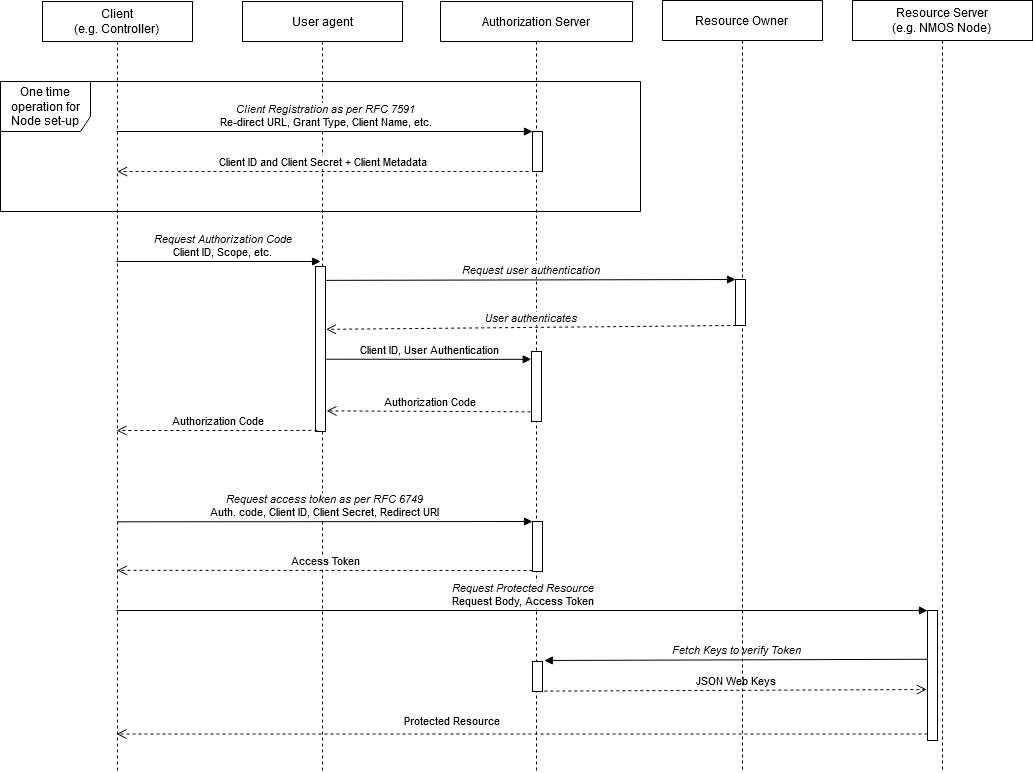
AMWA-TV/is-10 keeps this draw.io diagram as docs/images/authorization_flow.png. Above is the earlier version. Source tidied: cells renumbered, new cells last; positions are measured from the earlier drawing's top-left corner, leaving out a move shared by most shapes.
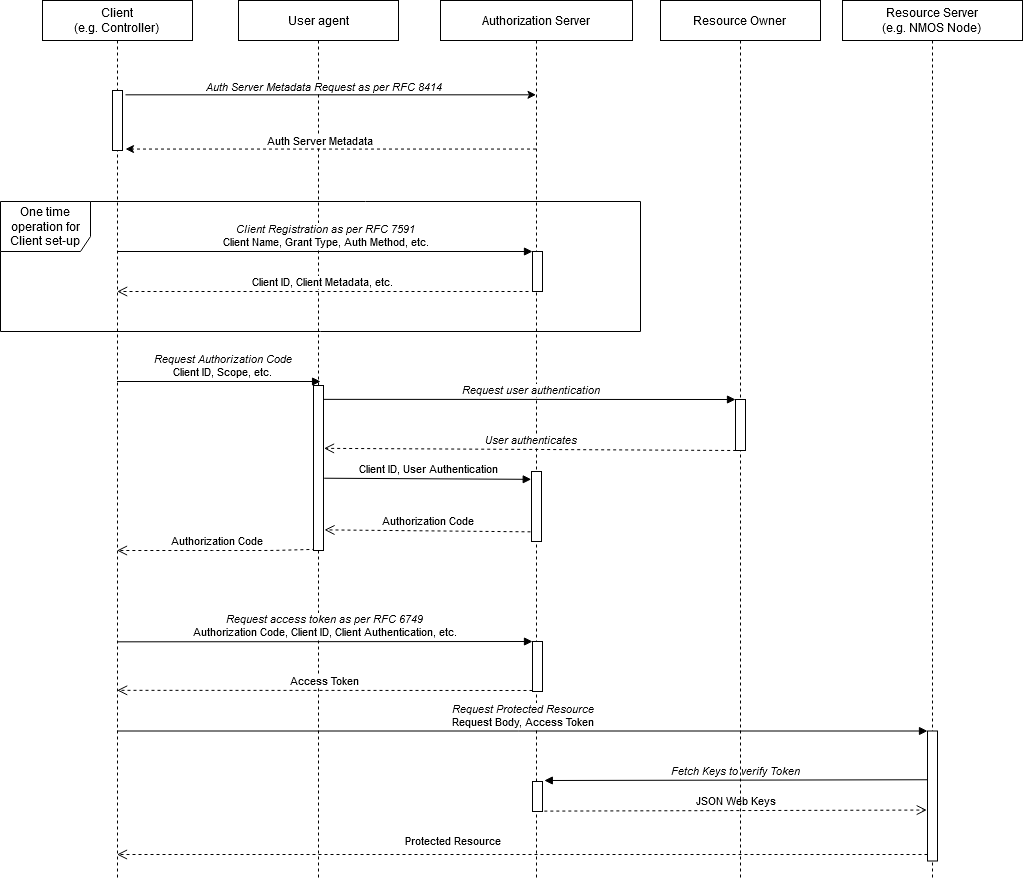
Above is the later version.

Commit message:
update both grant flow digrams to be more generic

The edit, as a diff of the source:
```diff
@@ -2,101 +2,123 @@
   <root>
     <mxCell id="0" />
     <mxCell id="1" parent="0" />
+    <mxCell id="29" value="One time operation for Client set-up" style="shape=umlFrame;whiteSpace=wrap;html=1;width=90;height=50;" parent="1" vertex="1">
+      <mxGeometry x="80" y="881" width="640" height="130" as="geometry" />
+    </mxCell>
     <mxCell id="2" value="&lt;div&gt;Client&lt;/div&gt;&lt;div&gt;(e.g. Controller)&lt;br&gt; &lt;/div&gt;" style="shape=umlLifeline;perimeter=lifelinePerimeter;whiteSpace=wrap;html=1;outlineConnect=0;" parent="1" vertex="1">
-      <mxGeometry x="42" y="1" width="150" height="770" as="geometry" />
+      <mxGeometry x="122" y="680" width="150" height="880" as="geometry" />
     </mxCell>
+    <mxCell id="30" style="html=1;points=[];perimeter=orthogonalPerimeter;" parent="2" vertex="1">
+      <mxGeometry x="70" y="90" width="10" height="60" as="geometry" />
+    </mxCell>
     <mxCell id="3" value="User agent" style="shape=umlLifeline;perimeter=lifelinePerimeter;whiteSpace=wrap;html=1;" parent="1" vertex="1">
-      <mxGeometry x="242" y="1" width="160" height="770" as="geometry" />
+      <mxGeometry x="318" y="680" width="160" height="880" as="geometry" />
     </mxCell>
-    <mxCell id="4" style="html=1;points=[];perimeter=orthogonalPerimeter;" parent="3" vertex="1">
-      <mxGeometry x="73" y="265" width="10" height="165" as="geometry" />
-    </mxCell>
     <mxCell id="5" value="Authorization Server" style="shape=umlLifeline;perimeter=lifelinePerimeter;whiteSpace=wrap;html=1;outlineConnect=0;" parent="1" vertex="1">
-      <mxGeometry x="440" y="1" width="192" height="770" as="geometry" />
+      <mxGeometry x="520" y="680" width="192" height="880" as="geometry" />
     </mxCell>
-    <mxCell id="6" value="One time operation for Node set-up" style="shape=umlFrame;whiteSpace=wrap;html=1;width=90;height=50;" parent="5" vertex="1">
-      <mxGeometry x="-440" y="80" width="640" height="130" as="geometry" />
-    </mxCell>
-    <mxCell id="7" style="html=1;points=[];perimeter=orthogonalPerimeter;" parent="5" vertex="1">
-      <mxGeometry x="92" y="130" width="10" height="40" as="geometry" />
-    </mxCell>
-    <mxCell id="8" style="html=1;points=[];perimeter=orthogonalPerimeter;" parent="5" vertex="1">
-      <mxGeometry x="91" y="350" width="10" height="70" as="geometry" />
-    </mxCell>
-    <mxCell id="9" style="html=1;points=[];perimeter=orthogonalPerimeter;" parent="5" vertex="1">
-      <mxGeometry x="92" y="520" width="10" height="50" as="geometry" />
-    </mxCell>
-    <mxCell id="10" value="&lt;i&gt;Request access token as per RFC 6749&lt;/i&gt;&lt;br&gt;Auth. code, Client ID, Client Secret, Redirect URI" style="html=1;verticalAlign=bottom;endArrow=block;entryX=0;entryY=0;" parent="5" edge="1" target="9">
-      <mxGeometry relative="1" as="geometry">
-        <mxPoint x="-323.3" y="520.3" as="sourcePoint" />
-      </mxGeometry>
-    </mxCell>
-    <mxCell id="11" value="Access Token" style="html=1;verticalAlign=bottom;endArrow=open;dashed=1;endSize=8;exitX=0;exitY=0.95;" parent="5" edge="1">
-      <mxGeometry relative="1" as="geometry">
-        <mxPoint x="92" y="569" as="sourcePoint" />
-        <mxPoint x="-323.3" y="568.8" as="targetPoint" />
-      </mxGeometry>
-    </mxCell>
-    <mxCell id="12" style="html=1;points=[];perimeter=orthogonalPerimeter;" parent="5" vertex="1">
-      <mxGeometry x="92" y="660" width="10" height="30" as="geometry" />
-    </mxCell>
     <mxCell id="13" value="&lt;div&gt;Resource Server&lt;/div&gt;&lt;div&gt;(e.g. NMOS Node)&lt;br&gt;&lt;/div&gt;" style="shape=umlLifeline;perimeter=lifelinePerimeter;whiteSpace=wrap;html=1;" parent="1" vertex="1">
-      <mxGeometry x="852" width="180" height="771" as="geometry" />
+      <mxGeometry x="922" y="680" width="180" height="880" as="geometry" />
     </mxCell>
-    <mxCell id="14" style="html=1;points=[];perimeter=orthogonalPerimeter;" parent="13" vertex="1">
-      <mxGeometry x="75" y="610" width="10" height="130" as="geometry" />
-    </mxCell>
-    <mxCell id="15" value="&lt;i&gt;Client Registration as per RFC 7591&lt;br&gt;&lt;/i&gt;Re-direct URL, Grant Type, Client Name, etc. " style="html=1;verticalAlign=bottom;endArrow=block;entryX=0;entryY=0;" parent="1" edge="1" source="2" target="7">
-      <mxGeometry relative="1" as="geometry" />
-    </mxCell>
-    <mxCell id="16" value="Client ID and Client Secret + Client Metadata" style="html=1;verticalAlign=bottom;endArrow=open;dashed=1;endSize=8;" parent="1" edge="1">
-      <mxGeometry relative="1" as="geometry">
-        <mxPoint x="528" y="171" as="sourcePoint" />
-        <mxPoint x="116.7" y="171" as="targetPoint" />
-      </mxGeometry>
-    </mxCell>
+    <mxCell id="31" value="&lt;i&gt;Client Registration as per RFC 7591&lt;br&gt;&lt;/i&gt;Client Name, Grant Type, Auth Method, etc. " style="html=1;verticalAlign=bottom;endArrow=block;entryX=0;entryY=0;" parent="1" edge="1" source="2" target="34">
+      <mxGeometry relative="1" as="geometry" />
+    </mxCell>
+    <mxCell id="32" value="Client ID, Client Metadata, etc." style="html=1;verticalAlign=bottom;endArrow=open;dashed=1;endSize=8;" parent="1" edge="1">
+      <mxGeometry relative="1" as="geometry">
+        <mxPoint x="608" y="971" as="sourcePoint" />
+        <mxPoint x="196.7" y="971" as="targetPoint" />
+      </mxGeometry>
+    </mxCell>
-    <mxCell id="17" value="Authorization Code" style="html=1;verticalAlign=bottom;endArrow=open;dashed=1;endSize=8;exitX=0.186;exitY=0.993;exitDx=0;exitDy=0;exitPerimeter=0;" parent="1" edge="1" source="4" target="2">
+    <mxCell id="17" value="Authorization Code" style="html=1;verticalAlign=bottom;endArrow=open;dashed=1;endSize=8;exitX=0.186;exitY=0.993;exitDx=0;exitDy=0;exitPerimeter=0;" parent="1" edge="1" source="33" target="2">
       <mxGeometry relative="1" as="geometry">
         <Array as="points">
-          <mxPoint x="272" y="430" />
-          <mxPoint x="202" y="430" />
+          <mxPoint x="352" y="1230" />
+          <mxPoint x="282" y="1230" />
         </Array>
       </mxGeometry>
     </mxCell>
-    <mxCell id="18" value="Protected Resource" style="html=1;verticalAlign=bottom;endArrow=open;dashed=1;endSize=8;exitX=0;exitY=0.95;" parent="1" edge="1" source="14" target="2">
+    <mxCell id="18" value="Protected Resource" style="html=1;verticalAlign=bottom;endArrow=open;dashed=1;endSize=8;exitX=0;exitY=0.95;" parent="1" edge="1" source="40" target="2">
       <mxGeometry x="0.17" y="-4" relative="1" as="geometry" />
     </mxCell>
-    <mxCell id="19" value="&lt;i&gt;Request Protected Resource&lt;/i&gt;&lt;br&gt;Request Body, Access Token&lt;br&gt;" style="html=1;verticalAlign=bottom;endArrow=block;entryX=0;entryY=0;" parent="1" edge="1" source="2" target="14">
+    <mxCell id="19" value="&lt;i&gt;Request Protected Resource&lt;/i&gt;&lt;br&gt;Request Body, Access Token&lt;br&gt;" style="html=1;verticalAlign=bottom;endArrow=block;entryX=0;entryY=0;" parent="1" edge="1" source="2" target="40">
       <mxGeometry relative="1" as="geometry" />
     </mxCell>
-    <mxCell id="20" value="&lt;i&gt;Fetch Keys to verify Token&lt;br&gt;&lt;/i&gt;" style="html=1;verticalAlign=bottom;endArrow=block;entryX=1.181;entryY=-0.033;entryPerimeter=0;exitX=0.005;exitY=0.375;exitDx=0;exitDy=0;exitPerimeter=0;" parent="1" edge="1" source="14" target="12">
+    <mxCell id="20" value="&lt;i&gt;Fetch Keys to verify Token&lt;br&gt;&lt;/i&gt;" style="html=1;verticalAlign=bottom;endArrow=block;entryX=1.181;entryY=-0.033;entryPerimeter=0;exitX=0.005;exitY=0.375;exitDx=0;exitDy=0;exitPerimeter=0;" parent="1" edge="1" source="40" target="38">
       <mxGeometry relative="1" as="geometry" />
     </mxCell>
-    <mxCell id="21" value="JSON Web Keys" style="html=1;verticalAlign=bottom;endArrow=open;dashed=1;endSize=8;exitX=1.183;exitY=0.987;exitPerimeter=0;entryX=-0.072;entryY=0.608;entryPerimeter=0;" parent="1" edge="1" source="12" target="14">
+    <mxCell id="21" value="JSON Web Keys" style="html=1;verticalAlign=bottom;endArrow=open;dashed=1;endSize=8;exitX=1.183;exitY=0.987;exitPerimeter=0;entryX=-0.072;entryY=0.608;entryPerimeter=0;" parent="1" edge="1" source="38" target="40">
       <mxGeometry relative="1" as="geometry" />
     </mxCell>
-    <mxCell id="22" value="&lt;i&gt;User authenticates&lt;/i&gt;" style="html=1;verticalAlign=bottom;endArrow=open;dashed=1;endSize=8;exitX=0.067;exitY=1;exitPerimeter=0;entryX=1.052;entryY=0.381;entryDx=0;entryDy=0;entryPerimeter=0;" parent="1" edge="1" source="25" target="4">
+    <mxCell id="22" value="&lt;i&gt;User authenticates&lt;/i&gt;" style="html=1;verticalAlign=bottom;endArrow=open;dashed=1;endSize=8;exitX=0.067;exitY=1;exitPerimeter=0;entryX=1.052;entryY=0.381;entryDx=0;entryDy=0;entryPerimeter=0;" parent="1" edge="1" source="39" target="33">
       <mxGeometry relative="1" as="geometry" />
     </mxCell>
-    <mxCell id="23" value="&lt;i&gt;Request user authentication&lt;/i&gt;" style="html=1;verticalAlign=bottom;endArrow=block;entryX=0;entryY=0;exitX=1.052;exitY=0.084;exitDx=0;exitDy=0;exitPerimeter=0;" parent="1" edge="1" source="4" target="25">
+    <mxCell id="23" value="&lt;i&gt;Request user authentication&lt;/i&gt;" style="html=1;verticalAlign=bottom;endArrow=block;entryX=0;entryY=0;exitX=1.052;exitY=0.084;exitDx=0;exitDy=0;exitPerimeter=0;" parent="1" edge="1" source="33" target="39">
       <mxGeometry relative="1" as="geometry" />
     </mxCell>
     <mxCell id="24" value="Resource Owner&lt;br&gt;" style="shape=umlLifeline;perimeter=lifelinePerimeter;whiteSpace=wrap;html=1;" parent="1" vertex="1">
-      <mxGeometry x="662" width="160" height="770" as="geometry" />
+      <mxGeometry x="740" y="680" width="160" height="880" as="geometry" />
     </mxCell>
-    <mxCell id="25" style="html=1;points=[];perimeter=orthogonalPerimeter;" parent="24" vertex="1">
-      <mxGeometry x="73" y="279" width="10" height="46" as="geometry" />
-    </mxCell>
     <mxCell id="26" value="&lt;div&gt;&lt;i&gt;Request Authorization Code&lt;/i&gt;&lt;br&gt;&lt;/div&gt;&lt;div&gt;Client ID, Scope, etc.&lt;br&gt;&lt;/div&gt;" style="html=1;verticalAlign=bottom;endArrow=block;" parent="1" edge="1" source="2">
       <mxGeometry x="0.03" relative="1" as="geometry">
-        <mxPoint x="320.1" y="261" as="targetPoint" />
+        <mxPoint x="400.1" y="1061" as="targetPoint" />
       </mxGeometry>
     </mxCell>
-    <mxCell id="27" value="Client ID, User Authentication" style="html=1;verticalAlign=bottom;endArrow=block;exitX=1.067;exitY=0.562;exitDx=0;exitDy=0;exitPerimeter=0;entryX=-0.027;entryY=0.112;entryDx=0;entryDy=0;entryPerimeter=0;" parent="1" edge="1" source="4" target="8">
+    <mxCell id="27" value="Client ID, User Authentication" style="html=1;verticalAlign=bottom;endArrow=block;exitX=1.067;exitY=0.562;exitDx=0;exitDy=0;exitPerimeter=0;entryX=-0.027;entryY=0.112;entryDx=0;entryDy=0;entryPerimeter=0;" parent="1" edge="1" source="33" target="35">
       <mxGeometry relative="1" as="geometry" />
     </mxCell>
-    <mxCell id="28" value="Authorization Code" style="html=1;verticalAlign=bottom;endArrow=open;dashed=1;endSize=8;exitX=-0.1;exitY=0.862;exitDx=0;exitDy=0;exitPerimeter=0;entryX=1.1;entryY=0.875;entryDx=0;entryDy=0;entryPerimeter=0;" parent="1" edge="1" source="8" target="4">
+    <mxCell id="28" value="Authorization Code" style="html=1;verticalAlign=bottom;endArrow=open;dashed=1;endSize=8;exitX=-0.1;exitY=0.862;exitDx=0;exitDy=0;exitPerimeter=0;entryX=1.1;entryY=0.875;entryDx=0;entryDy=0;entryPerimeter=0;" parent="1" edge="1" source="35" target="33">
       <mxGeometry relative="1" as="geometry" />
     </mxCell>
+    <mxCell id="33" style="html=1;points=[];perimeter=orthogonalPerimeter;" parent="1" vertex="1">
+      <mxGeometry x="393" y="1065" width="10" height="165" as="geometry" />
+    </mxCell>
+    <mxCell id="34" style="html=1;points=[];perimeter=orthogonalPerimeter;" parent="1" vertex="1">
+      <mxGeometry x="612" y="931" width="10" height="40" as="geometry" />
+    </mxCell>
+    <mxCell id="35" style="html=1;points=[];perimeter=orthogonalPerimeter;" parent="1" vertex="1">
+      <mxGeometry x="611" y="1151" width="10" height="70" as="geometry" />
+    </mxCell>
+    <mxCell id="36" style="html=1;points=[];perimeter=orthogonalPerimeter;" parent="1" vertex="1">
+      <mxGeometry x="612" y="1321" width="10" height="50" as="geometry" />
+    </mxCell>
+    <mxCell id="37" value="&lt;i&gt;Request access token as per RFC 6749&lt;/i&gt;&lt;br&gt;Authorization Code, Client ID, Client Authentication, etc." style="html=1;verticalAlign=bottom;endArrow=block;entryX=0;entryY=0;" parent="1" edge="1" target="36">
+      <mxGeometry x="518" y="841" as="geometry">
+        <mxPoint x="196.7" y="1321.3" as="sourcePoint" />
+      </mxGeometry>
+    </mxCell>
+    <mxCell id="11" value="Access Token" style="html=1;verticalAlign=bottom;endArrow=open;dashed=1;endSize=8;exitX=0;exitY=0.95;" parent="1" edge="1">
+      <mxGeometry x="518" y="841" as="geometry">
+        <mxPoint x="612" y="1370" as="sourcePoint" />
+        <mxPoint x="196.7" y="1369.8" as="targetPoint" />
+      </mxGeometry>
+    </mxCell>
+    <mxCell id="38" style="html=1;points=[];perimeter=orthogonalPerimeter;" parent="1" vertex="1">
+      <mxGeometry x="612" y="1461" width="10" height="30" as="geometry" />
+    </mxCell>
+    <mxCell id="39" style="html=1;points=[];perimeter=orthogonalPerimeter;" parent="1" vertex="1">
+      <mxGeometry x="815" y="1079" width="10" height="51" as="geometry" />
+    </mxCell>
+    <mxCell id="40" style="html=1;points=[];perimeter=orthogonalPerimeter;" parent="1" vertex="1">
+      <mxGeometry x="1007" y="1410.5" width="10" height="130" as="geometry" />
+    </mxCell>
+    <mxCell id="41" style="html=1;perimeter=orthogonalPerimeter;" parent="1" vertex="1">
+      <mxGeometry x="612" y="931" width="10" height="40" as="geometry" />
+    </mxCell>
+    <mxCell id="42" style="endArrow=classic;html=1;exitX=1.3;exitY=0.072;exitDx=0;exitDy=0;exitPerimeter=0;" parent="1" edge="1" source="30" target="5">
+      <mxGeometry relative="1" as="geometry" />
+    </mxCell>
+    <mxCell id="43" value="&lt;i&gt;Auth Server Metadata Request as per RFC 8414&lt;/i&gt;" style="edgeLabel;html=1;align=center;verticalAlign=bottom;" parent="42" vertex="1">
+      <mxGeometry x="0.14" y="-1" relative="1" as="geometry">
+        <mxPoint x="-37.2" as="offset" />
+      </mxGeometry>
+    </mxCell>
+    <mxCell id="44" style="endArrow=classic;html=1;entryX=1.3;entryY=0.976;entryDx=0;entryDy=0;entryPerimeter=0;dashed=1;" parent="1" edge="1" source="5" target="30">
+      <mxGeometry relative="1" as="geometry" />
+    </mxCell>
+    <mxCell id="45" value="Auth Server Metadata" style="edgeLabel;html=1;align=center;verticalAlign=bottom;" parent="44" vertex="1">
+      <mxGeometry x="0.16" relative="1" as="geometry">
+        <mxPoint x="19.7" as="offset" />
+      </mxGeometry>
+    </mxCell>
   </root>
 </mxGraphModel>
```
